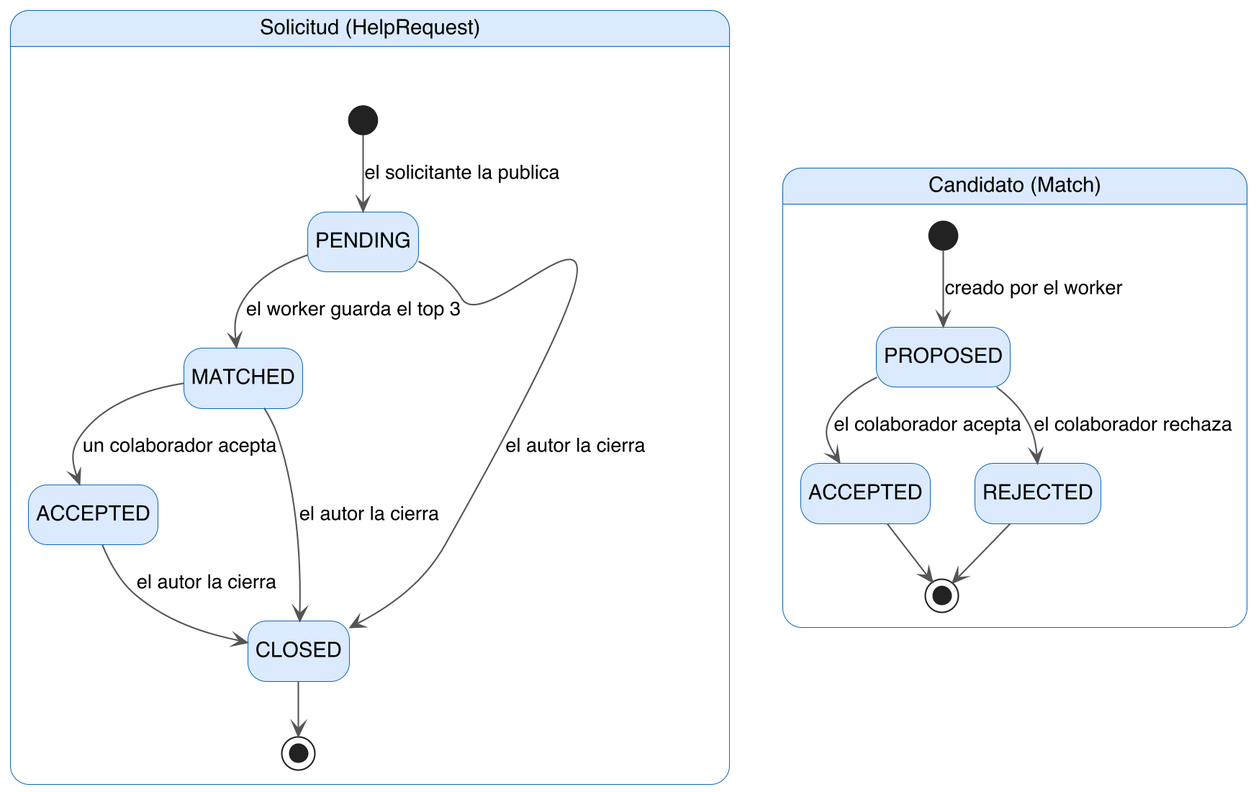
Before: docs/arquitectura/img/11-estados.png, a diagram exported from PlantUML (juanjosegl/RedNexus-Platform). The source it was exported from:
```plantuml
@startuml 11-estados
skinparam dpi 200
skinparam defaultFontName "Helvetica"
skinparam shadowing false
skinparam LegendBackgroundColor #ffffff
skinparam LegendBorderColor #999999
hide empty description
skinparam state {
  BackgroundColor #dbeafe
  BorderColor #1168bd
  ArrowColor #555555
}

state "Solicitud (HelpRequest)" as Sol {
  state PENDING
  state MATCHED
  state ACCEPTED
  state CLOSED
  [*] --> PENDING : el solicitante la publica
  PENDING --> MATCHED : el worker guarda el top 3
  MATCHED --> ACCEPTED : un colaborador acepta
  PENDING --> CLOSED : el autor la cierra
  MATCHED --> CLOSED : el autor la cierra
  ACCEPTED --> CLOSED : el autor la cierra
  CLOSED --> [*]
}

state "Candidato (Match)" as Mat {
  state PROPOSED
  state "ACCEPTED" as MACC
  state REJECTED
  [*] --> PROPOSED : creado por el worker
  PROPOSED --> MACC : el colaborador acepta
  PROPOSED --> REJECTED : el colaborador rechaza
  MACC --> [*]
  REJECTED --> [*]
}

Sol -[hidden]right-> Mat
@enduml
```
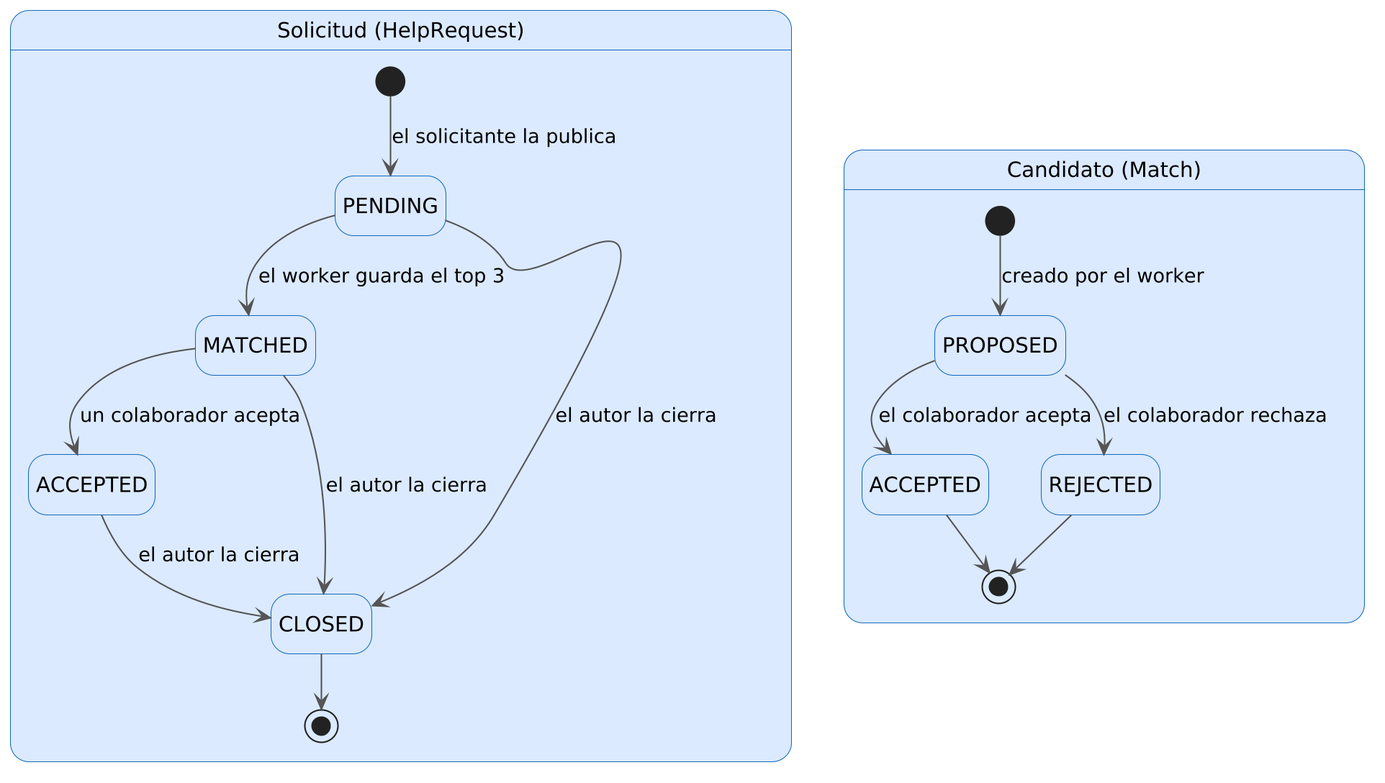
Later version of the same file.

What changed in the source:
```diff
@@ -1,4 +1,4 @@
-@startuml 11-estados
+@startuml
 skinparam dpi 200
 skinparam defaultFontName "Helvetica"
 skinparam shadowing false
```
